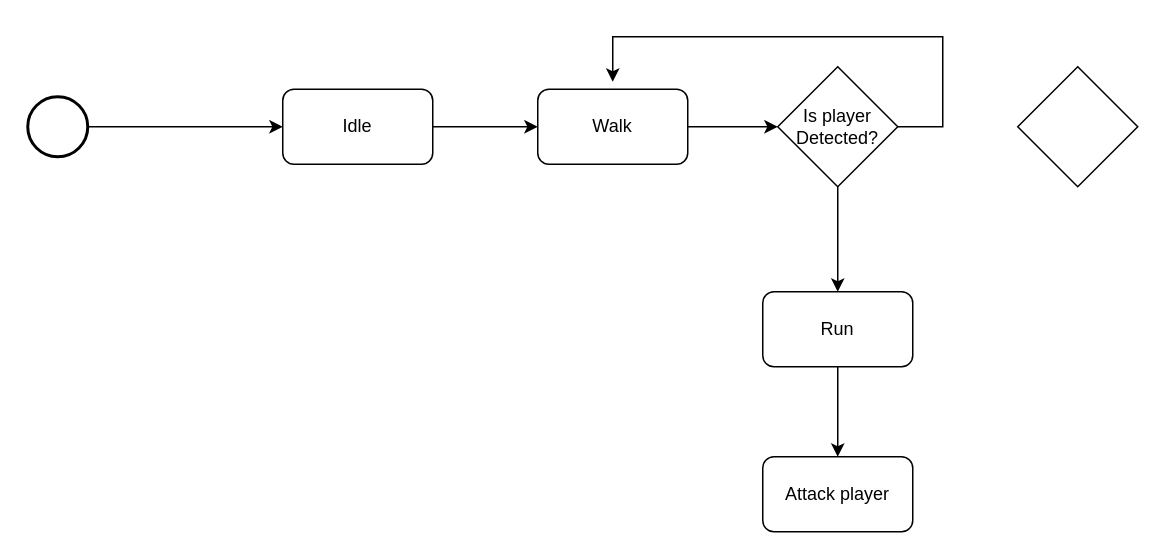
Earlier version of the draw.io diagram Untitled Diagram.drawio (souhailmihoubi/Diagrams). Source tidied: cells renumbered, new cells numbered last; positions are measured from the earlier drawing's top-left corner, leaving out a move shared by most shapes. Both pictures are drawn from the tidied source at 150%, with x=0, y=0 at pixel (27, 36).
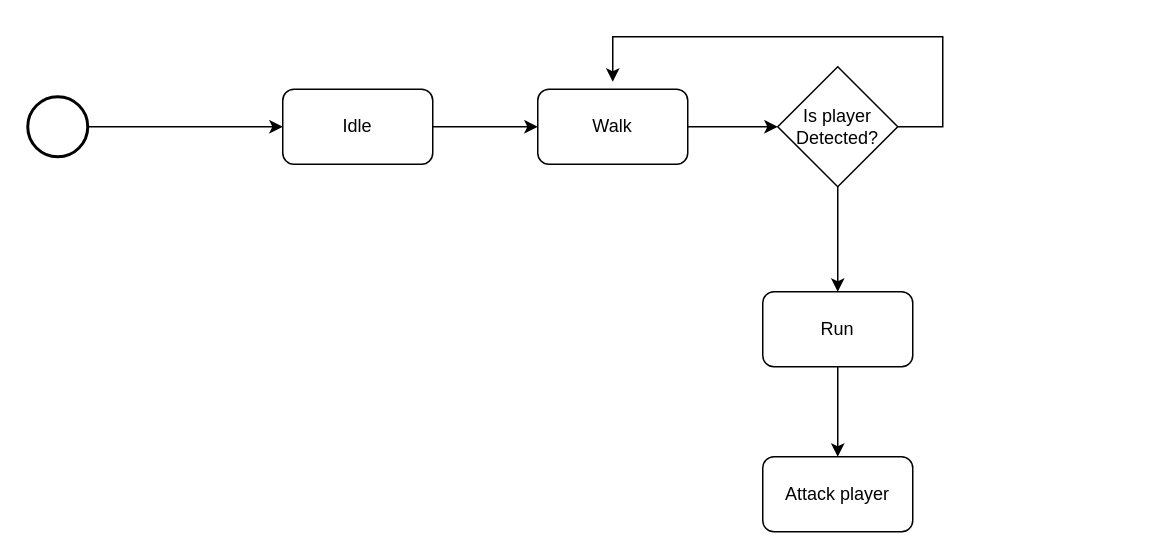
The same page after the edit.

What changed in the source:
```diff
@@
 <mxGraphModel>
   <root>
     <mxCell id="0" />
     <mxCell id="1" parent="0" />
     <mxCell id="2" style="edgeStyle=orthogonalEdgeStyle;rounded=0;jettySize=auto;html=1;" parent="1" edge="1" source="3" target="5">
       <mxGeometry relative="1" as="geometry" />
     </mxCell>
     <mxCell id="3" style="strokeWidth=2;html=1;shape=mxgraph.flowchart.start_2;whiteSpace=wrap;" parent="1" vertex="1">
       <mxGeometry y="40" width="40" height="40" as="geometry" />
     </mxCell>
     <mxCell id="4" style="edgeStyle=orthogonalEdgeStyle;rounded=0;jettySize=auto;html=1;" parent="1" edge="1" source="5" target="7">
       <mxGeometry relative="1" as="geometry" />
     </mxCell>
     <mxCell id="5" value="Idle" style="rounded=1;whiteSpace=wrap;html=1;" parent="1" vertex="1">
       <mxGeometry x="170" y="35" width="100" height="50" as="geometry" />
     </mxCell>
     <mxCell id="6" style="edgeStyle=orthogonalEdgeStyle;rounded=0;jettySize=auto;html=1;" parent="1" edge="1" source="7" target="10">
       <mxGeometry relative="1" as="geometry" />
     </mxCell>
     <mxCell id="7" value="Walk" style="rounded=1;whiteSpace=wrap;html=1;" parent="1" vertex="1">
       <mxGeometry x="340" y="35" width="100" height="50" as="geometry" />
     </mxCell>
     <mxCell id="8" style="edgeStyle=orthogonalEdgeStyle;rounded=0;jettySize=auto;html=1;entryX=0.5;entryY=0;entryDx=0;entryDy=0;" parent="1" edge="1" source="10" target="13">
       <mxGeometry relative="1" as="geometry" />
     </mxCell>
     <mxCell id="9" style="edgeStyle=orthogonalEdgeStyle;rounded=0;jettySize=auto;html=1;exitX=1;exitY=0.5;exitDx=0;exitDy=0;" parent="1" edge="1" source="10">
       <mxGeometry relative="1" as="geometry">
         <mxPoint x="390" y="30" as="targetPoint" />
         <Array as="points">
           <mxPoint x="610" y="60" />
           <mxPoint x="610" />
           <mxPoint x="390" />
           <mxPoint x="390" y="30" />
         </Array>
       </mxGeometry>
     </mxCell>
     <mxCell id="10" value="Is player Detected?" style="rhombus;whiteSpace=wrap;html=1;" parent="1" vertex="1">
       <mxGeometry x="500" y="20" width="80" height="80" as="geometry" />
     </mxCell>
-    <mxCell id="11" style="rhombus;whiteSpace=wrap;html=1;" parent="1" vertex="1">
-      <mxGeometry x="660" y="20" width="80" height="80" as="geometry" />
-    </mxCell>
     <mxCell id="12" style="edgeStyle=orthogonalEdgeStyle;rounded=0;jettySize=auto;html=1;entryX=0.5;entryY=0;entryDx=0;entryDy=0;" parent="1" edge="1" source="13" target="14">
       <mxGeometry relative="1" as="geometry" />
     </mxCell>
     <mxCell id="13" value="Run" style="rounded=1;whiteSpace=wrap;html=1;" parent="1" vertex="1">
       <mxGeometry x="490" y="170" width="100" height="50" as="geometry" />
     </mxCell>
     <mxCell id="14" value="Attack player" style="rounded=1;whiteSpace=wrap;html=1;" parent="1" vertex="1">
       <mxGeometry x="490" y="280" width="100" height="50" as="geometry" />
     </mxCell>
   </root>
 </mxGraphModel>
```
